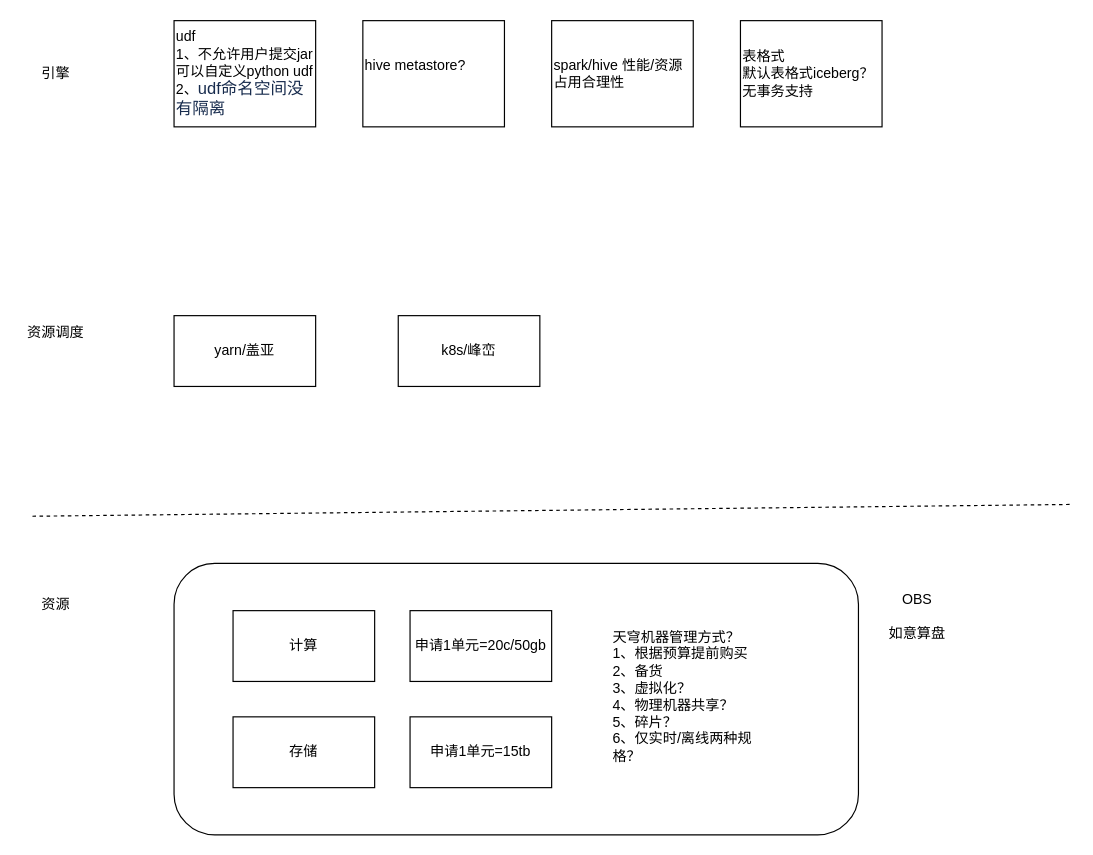
Earlier version of the draw.io diagram 天穹2.0.drawio (yuhuali1989/ui). Source tidied: cells renumbered, new cells numbered last; positions are measured from the earlier drawing's top-left corner, leaving out a move shared by most shapes. Both pictures are drawn from the tidied source at 118%, with x=0, y=0 at pixel (20, 20).
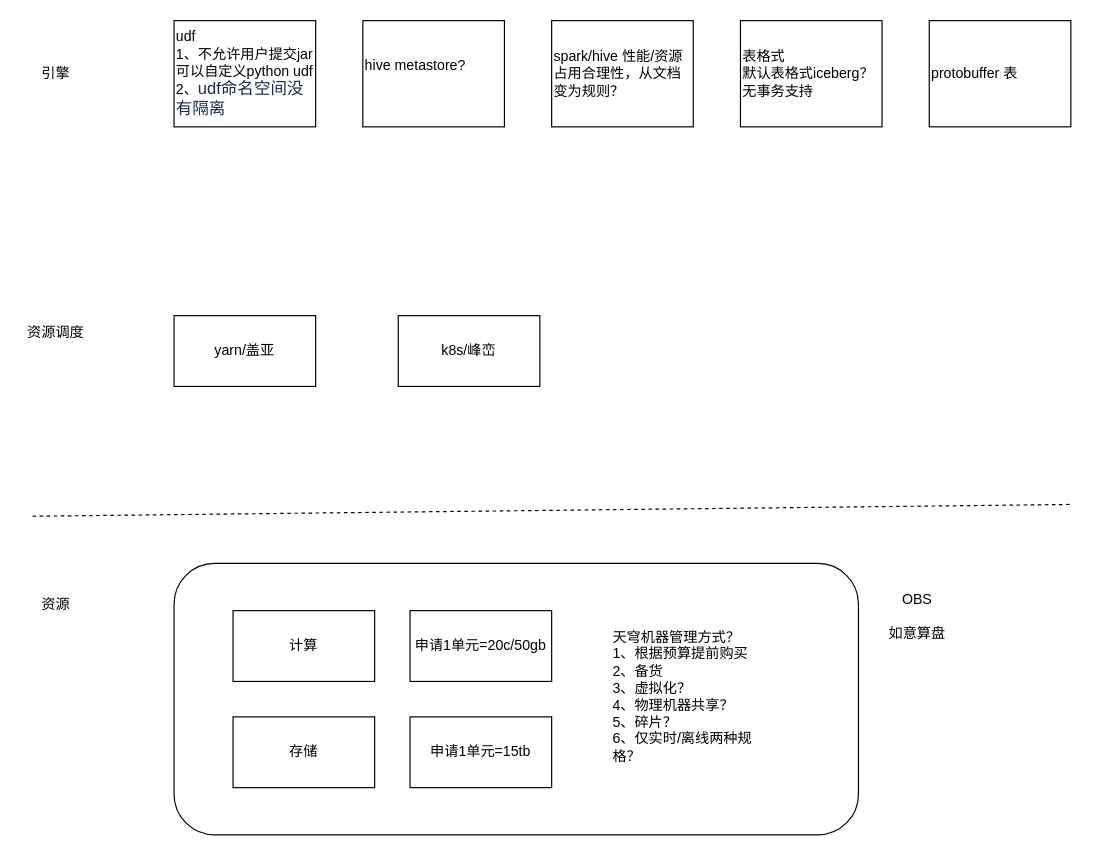
Above is the later version.

Change to the diagram source:
```diff
@@
-    <mxCell id="16" value="spark/hive 性能/资源占用合理性" style="rounded=0;whiteSpace=wrap;html=1;align=left;" parent="1" vertex="1">
+    <mxCell id="16" value="spark/hive 性能/资源占用合理性，从文档变为规则？" style="rounded=0;whiteSpace=wrap;html=1;align=left;" parent="1" vertex="1">
       <mxGeometry x="450" width="120" height="90" as="geometry" />
     </mxCell>
@@
+    <mxCell id="19" value="protobuffer 表" style="rounded=0;whiteSpace=wrap;html=1;align=left;" parent="1" vertex="1">
+      <mxGeometry x="770" width="120" height="90" as="geometry" />
+    </mxCell>
```
